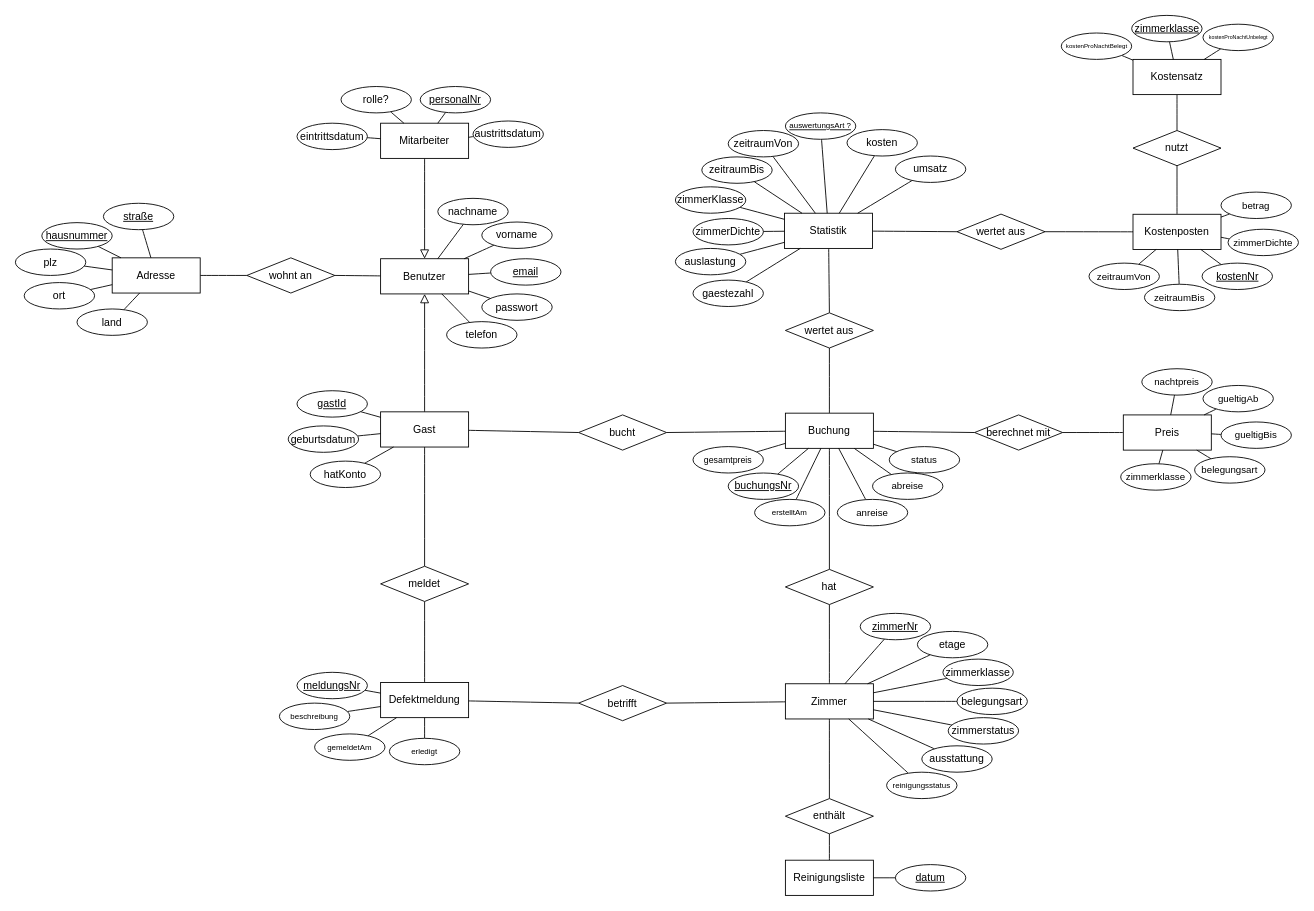
SoftwareProject-Hotel-Kuester/Software-Project-Hotel keeps this draw.io diagram as UML-Diagramme/ER-Modell/ERM Hotelverwaltung.drawio. Above is the earlier version. Source tidied: cells renumbered, new cells numbered last; positions are measured from the earlier drawing's top-left corner, leaving out a move shared by most shapes. Both pictures are drawn from the tidied source at 88%, with x=0, y=0 at pixel (15, 15).
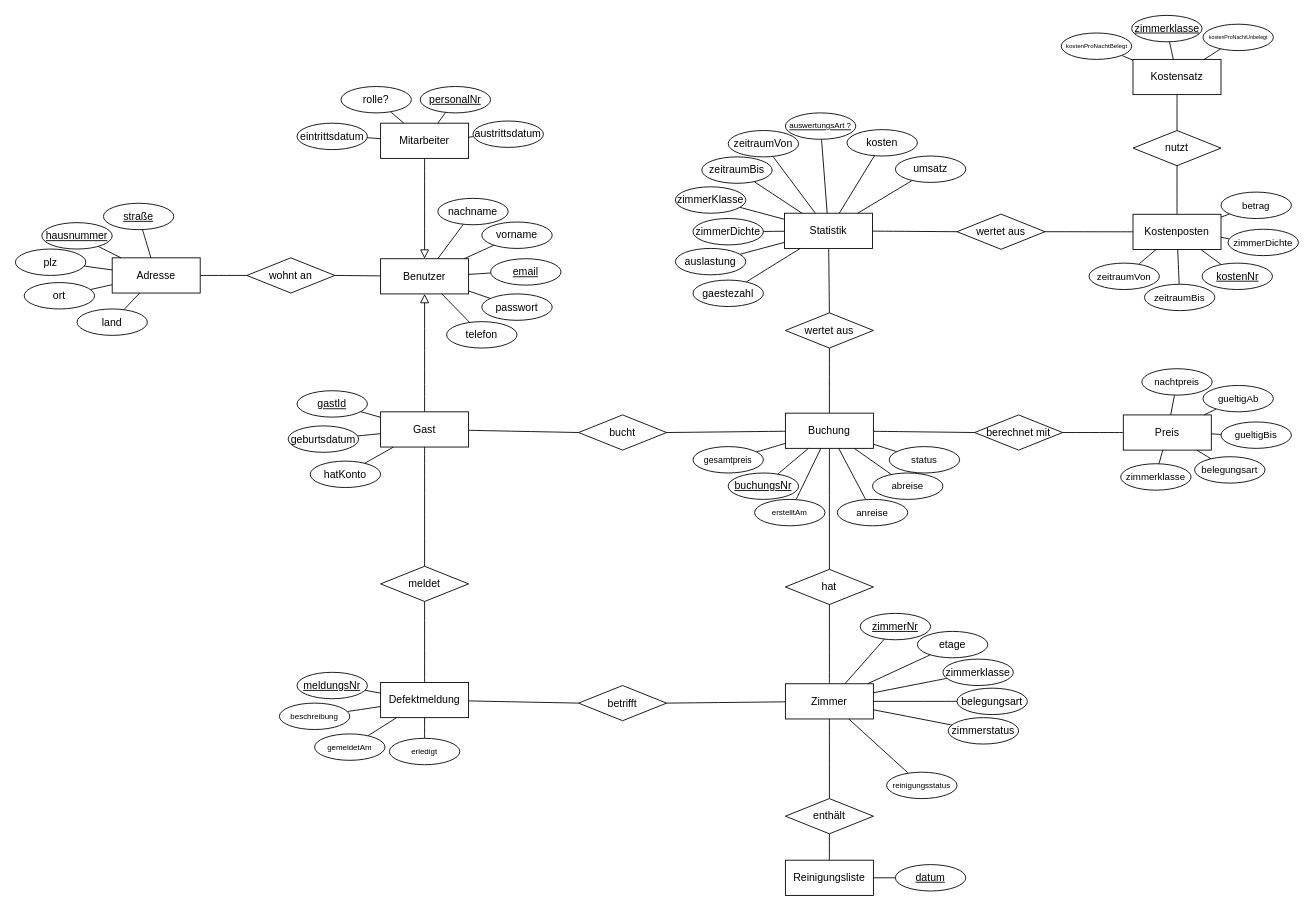
After the change.

Commit message (it also covers changes not shown here):
UC02/UC34: Ausstattung komplett entfernt, belegte Zimmer nicht löschbar

Unchanged cells that the change refers to:
```xml
<mxCell id="49" value="Zimmer" style="whiteSpace=wrap;html=1;align=center;" parent="1" vertex="1">
  <mxGeometry x="875" y="759.5" width="100" height="40" as="geometry" />
</mxCell>
```

What changed in the source:
```diff
@@
-    <mxCell id="156" style="edgeStyle=none;curved=1;rounded=0;curveGeometry=1;jettySize=auto;html=1;fontSize=12;defaultLabelBackgroundColor=page;startSize=8;endSize=8;endArrow=none;endFill=0;" parent="1" edge="1" source="157" target="49">
-      <mxGeometry relative="1" as="geometry" />
-    </mxCell>
-    <mxCell id="157" value="ausstattung" style="ellipse;whiteSpace=wrap;html=1;align=center;" parent="1" vertex="1">
-      <mxGeometry x="1030" y="830" width="80" height="30" as="geometry" />
-    </mxCell>
```
